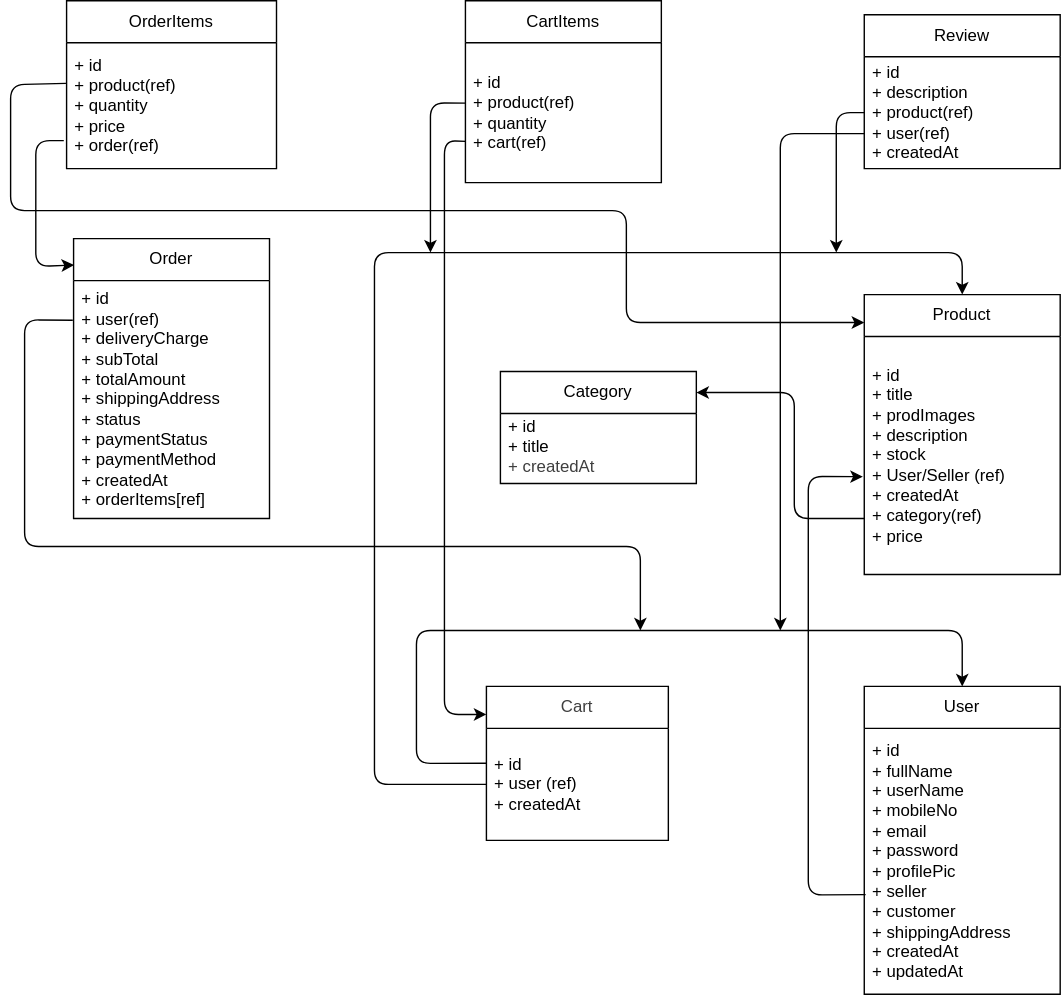
The draw.io diagram src/models/dataModel.svg in Pranaw-Rai009/E-Commerce-System, before a commit. Source tidied: cells renumbered, new cells last; positions are measured from the earlier drawing's top-left corner, leaving out a move shared by most shapes. Its diagram source:
```xml
<mxGraphModel background="#ffffff">
  <root>
    <mxCell id="0" />
    <mxCell id="1" parent="0" />
    <mxCell id="2" value="User" style="swimlane;fontStyle=0;horizontal=1;startSize=30;whiteSpace=wrap;html=1;" parent="1" vertex="1">
      <mxGeometry x="610" y="490" width="140" height="220" as="geometry" />
    </mxCell>
    <mxCell id="3" value="&lt;div&gt;+ id&lt;/div&gt;+ fullName&lt;div&gt;+ userName&lt;/div&gt;&lt;div&gt;+ mobileNo&lt;/div&gt;&lt;div&gt;+ email&lt;/div&gt;&lt;div&gt;+ password&lt;/div&gt;&lt;div&gt;+ profilePic&lt;/div&gt;&lt;div&gt;+ seller&lt;/div&gt;&lt;div&gt;+ customer&lt;/div&gt;&lt;div&gt;+ shippingAddress&lt;/div&gt;&lt;div&gt;+ createdAt&lt;/div&gt;&lt;div&gt;+ updatedAt&lt;/div&gt;" style="text;strokeColor=none;fillColor=none;align=left;verticalAlign=middle;spacingLeft=4;spacingRight=4;overflow=hidden;points=[[0,0.5],[1,0.5]];portConstraint=eastwest;whiteSpace=wrap;html=1;" parent="2" vertex="1">
      <mxGeometry y="30" width="140" height="190" as="geometry" />
    </mxCell>
    <mxCell id="4" value="Product" style="swimlane;fontStyle=0;horizontal=1;startSize=30;whiteSpace=wrap;html=1;" parent="1" vertex="1">
      <mxGeometry x="610" y="210" width="140" height="200" as="geometry" />
    </mxCell>
    <mxCell id="5" value="&lt;div&gt;+ id&lt;/div&gt;+ title&lt;div&gt;&lt;font color=&quot;#000000&quot;&gt;+ prodImages&lt;br&gt;&lt;/font&gt;&lt;div&gt;+ description&lt;/div&gt;&lt;div&gt;+ stock&lt;/div&gt;&lt;div&gt;+ User/Seller (ref)&lt;/div&gt;&lt;div&gt;+ createdAt&lt;/div&gt;&lt;/div&gt;&lt;div&gt;+ category(ref)&lt;/div&gt;&lt;div&gt;+ price&lt;/div&gt;" style="text;strokeColor=none;fillColor=none;align=left;verticalAlign=middle;spacingLeft=4;spacingRight=4;overflow=hidden;points=[[0,0.5],[1,0.5]];portConstraint=eastwest;whiteSpace=wrap;html=1;" parent="4" vertex="1">
      <mxGeometry y="30" width="140" height="170" as="geometry" />
    </mxCell>
    <mxCell id="6" value="Category" style="swimlane;fontStyle=0;horizontal=1;startSize=30;whiteSpace=wrap;html=1;" parent="1" vertex="1">
      <mxGeometry x="350" y="265" width="140" height="80" as="geometry" />
    </mxCell>
    <mxCell id="7" value="&lt;div&gt;+ id&lt;/div&gt;+ title&lt;div&gt;&lt;div&gt;&lt;span style=&quot;color: rgb(63, 63, 63); background-color: transparent;&quot;&gt;+ createdAt&lt;/span&gt;&lt;/div&gt;&lt;div&gt;&lt;span style=&quot;color: rgb(63, 63, 63); background-color: transparent;&quot;&gt;&lt;br&gt;&lt;/span&gt;&lt;/div&gt;&lt;/div&gt;" style="text;strokeColor=none;fillColor=none;align=left;verticalAlign=middle;spacingLeft=4;spacingRight=4;overflow=hidden;whiteSpace=wrap;html=1;" parent="6" vertex="1">
      <mxGeometry y="30" width="140" height="50" as="geometry" />
    </mxCell>
    <mxCell id="8" style="endArrow=classic;html=1;entryX=-0.007;entryY=0.589;entryDx=0;entryDy=0;exitX=0.007;exitY=0.625;exitDx=0;exitDy=0;exitPerimeter=0;entryPerimeter=0;" parent="1" edge="1" source="3" target="5">
      <mxGeometry relative="1" as="geometry">
        <Array as="points">
          <mxPoint x="570" y="639" />
          <mxPoint x="570" y="340" />
        </Array>
      </mxGeometry>
    </mxCell>
    <mxCell id="9" style="endArrow=classic;html=1;" parent="1" edge="1">
      <mxGeometry relative="1" as="geometry">
        <mxPoint x="610" y="370" as="sourcePoint" />
        <mxPoint x="490" y="280" as="targetPoint" />
        <Array as="points">
          <mxPoint x="560" y="370" />
          <mxPoint x="560" y="350" />
          <mxPoint x="560" y="330" />
          <mxPoint x="560" y="280" />
        </Array>
      </mxGeometry>
    </mxCell>
    <mxCell id="10" value="&lt;span style=&quot;color: rgb(63, 63, 63); background-color: transparent;&quot;&gt;Cart&lt;/span&gt;" style="swimlane;fontStyle=0;horizontal=1;startSize=30;whiteSpace=wrap;html=1;" parent="1" vertex="1">
      <mxGeometry x="340" y="490" width="130" height="110" as="geometry" />
    </mxCell>
    <mxCell id="11" value="&lt;div&gt;+ id&lt;/div&gt;+ user (ref)&lt;div&gt;+ createdAt&lt;/div&gt;" style="text;strokeColor=none;fillColor=none;align=left;verticalAlign=middle;spacingLeft=4;spacingRight=4;overflow=hidden;points=[[0,0.5],[1,0.5]];portConstraint=eastwest;whiteSpace=wrap;html=1;" parent="10" vertex="1">
      <mxGeometry y="30" width="130" height="80" as="geometry" />
    </mxCell>
    <mxCell id="12" style="endArrow=classic;html=1;entryX=0.5;entryY=0;entryDx=0;entryDy=0;exitX=0.002;exitY=0.311;exitDx=0;exitDy=0;exitPerimeter=0;" parent="1" edge="1" source="11" target="2">
      <mxGeometry relative="1" as="geometry">
        <Array as="points">
          <mxPoint x="290" y="545" />
          <mxPoint x="290" y="450" />
          <mxPoint x="680" y="450" />
        </Array>
      </mxGeometry>
    </mxCell>
    <mxCell id="13" style="endArrow=classic;html=1;exitX=0;exitY=0.5;exitDx=0;exitDy=0;entryX=0.5;entryY=0;entryDx=0;entryDy=0;" parent="1" edge="1" source="11" target="4">
      <mxGeometry relative="1" as="geometry">
        <Array as="points">
          <mxPoint x="260" y="560" />
          <mxPoint x="260" y="370" />
          <mxPoint x="260" y="180" />
          <mxPoint x="680" y="180" />
        </Array>
      </mxGeometry>
    </mxCell>
    <mxCell id="14" value="Review" style="swimlane;fontStyle=0;horizontal=1;startSize=30;whiteSpace=wrap;html=1;" parent="1" vertex="1">
      <mxGeometry x="610" y="10" width="140" height="110" as="geometry" />
    </mxCell>
    <mxCell id="15" value="+ id&lt;div&gt;+ description&lt;/div&gt;&lt;div&gt;+ product(ref)&lt;/div&gt;&lt;div&gt;+ user(ref)&lt;/div&gt;&lt;div&gt;+ createdAt&lt;/div&gt;" style="text;strokeColor=none;fillColor=none;align=left;verticalAlign=middle;spacingLeft=4;spacingRight=4;overflow=hidden;whiteSpace=wrap;html=1;" parent="14" vertex="1">
      <mxGeometry y="30" width="140" height="80" as="geometry" />
    </mxCell>
    <mxCell id="16" style="endArrow=classic;html=1;exitX=0;exitY=0.625;exitDx=0;exitDy=0;exitPerimeter=0;" parent="1" edge="1">
      <mxGeometry relative="1" as="geometry">
        <mxPoint x="610" y="80" as="sourcePoint" />
        <mxPoint x="590" y="180" as="targetPoint" />
        <Array as="points">
          <mxPoint x="590" y="80" />
        </Array>
      </mxGeometry>
    </mxCell>
    <mxCell id="17" style="endArrow=classic;html=1;" parent="1" edge="1">
      <mxGeometry relative="1" as="geometry">
        <mxPoint x="610" y="95" as="sourcePoint" />
        <mxPoint x="550" y="450" as="targetPoint" />
        <Array as="points">
          <mxPoint x="550" y="95" />
        </Array>
      </mxGeometry>
    </mxCell>
    <mxCell id="18" value="CartItems" style="swimlane;fontStyle=0;horizontal=1;startSize=30;whiteSpace=wrap;html=1;" parent="1" vertex="1">
      <mxGeometry x="325" width="140" height="130" as="geometry" />
    </mxCell>
    <mxCell id="19" value="+ id&lt;div&gt;&lt;font color=&quot;#000000&quot;&gt;+ product(ref)&lt;/font&gt;&lt;div&gt;+ quantity&lt;/div&gt;&lt;div&gt;+ cart(ref)&lt;/div&gt;&lt;/div&gt;" style="text;strokeColor=none;fillColor=none;align=left;verticalAlign=middle;spacingLeft=4;spacingRight=4;overflow=hidden;points=[[0,0.5],[1,0.5]];portConstraint=eastwest;whiteSpace=wrap;html=1;" parent="18" vertex="1">
      <mxGeometry y="30" width="140" height="100" as="geometry" />
    </mxCell>
    <mxCell id="20" style="endArrow=classic;html=1;exitX=0.003;exitY=0.432;exitDx=0;exitDy=0;exitPerimeter=0;" parent="1" edge="1" source="19">
      <mxGeometry relative="1" as="geometry">
        <mxPoint x="300" y="180" as="targetPoint" />
        <Array as="points">
          <mxPoint x="300" y="73" />
        </Array>
      </mxGeometry>
    </mxCell>
    <mxCell id="21" style="endArrow=classic;html=1;entryX=0;entryY=0.182;entryDx=0;entryDy=0;entryPerimeter=0;exitX=0.003;exitY=0.705;exitDx=0;exitDy=0;exitPerimeter=0;" parent="1" edge="1" source="19" target="10">
      <mxGeometry relative="1" as="geometry">
        <Array as="points">
          <mxPoint x="310" y="100" />
          <mxPoint x="310" y="310" />
          <mxPoint x="310" y="510" />
        </Array>
      </mxGeometry>
    </mxCell>
    <mxCell id="22" value="OrderItems" style="swimlane;fontStyle=0;horizontal=1;startSize=30;whiteSpace=wrap;html=1;" parent="1" vertex="1">
      <mxGeometry x="40" width="150" height="120" as="geometry" />
    </mxCell>
    <mxCell id="23" value="+ id&lt;div&gt;+ product(ref)&lt;/div&gt;&lt;div&gt;+ quantity&lt;/div&gt;&lt;div&gt;+ price&lt;/div&gt;&lt;div&gt;+ order(ref)&lt;/div&gt;" style="text;strokeColor=none;fillColor=none;align=left;verticalAlign=middle;spacingLeft=4;spacingRight=4;overflow=hidden;points=[[0,0.5],[1,0.5]];portConstraint=eastwest;whiteSpace=wrap;html=1;" parent="22" vertex="1">
      <mxGeometry y="30" width="150" height="90" as="geometry" />
    </mxCell>
    <mxCell id="24" value="Order" style="swimlane;fontStyle=0;horizontal=1;startSize=30;whiteSpace=wrap;html=1;" parent="1" vertex="1">
      <mxGeometry x="45" y="170" width="140" height="200" as="geometry" />
    </mxCell>
    <mxCell id="25" value="+ id&lt;div&gt;+ user(ref)&lt;/div&gt;&lt;div&gt;+ deliveryCharge&lt;/div&gt;&lt;div&gt;+ subTotal&lt;/div&gt;&lt;div&gt;+ totalAmount&lt;/div&gt;&lt;div&gt;+ shippingAddress&lt;/div&gt;&lt;div&gt;+ status&lt;/div&gt;&lt;div&gt;+ paymentStatus&lt;/div&gt;&lt;div&gt;+ paymentMethod&lt;/div&gt;&lt;div&gt;+ createdAt&lt;/div&gt;&lt;div&gt;+ orderItems[ref]&lt;/div&gt;" style="text;strokeColor=none;fillColor=none;align=left;verticalAlign=middle;spacingLeft=4;spacingRight=4;overflow=hidden;points=[[0,0.5],[1,0.5]];portConstraint=eastwest;whiteSpace=wrap;html=1;" parent="24" vertex="1">
      <mxGeometry y="30" width="140" height="170" as="geometry" />
    </mxCell>
    <mxCell id="26" style="endArrow=classic;html=1;entryX=0.017;entryY=0.111;entryDx=0;entryDy=0;entryPerimeter=0;" parent="1" edge="1">
      <mxGeometry relative="1" as="geometry">
        <mxPoint x="38" y="100" as="sourcePoint" />
        <mxPoint x="45.4" y="188.9" as="targetPoint" />
        <Array as="points">
          <mxPoint x="18" y="100" />
          <mxPoint x="18" y="190" />
        </Array>
      </mxGeometry>
    </mxCell>
    <mxCell id="27" style="endArrow=classic;html=1;entryX=0;entryY=0.1;entryDx=0;entryDy=0;entryPerimeter=0;exitX=-0.003;exitY=0.323;exitDx=0;exitDy=0;exitPerimeter=0;" parent="1" edge="1" source="23" target="4">
      <mxGeometry relative="1" as="geometry">
        <Array as="points">
          <mxPoint y="60" />
          <mxPoint y="150" />
          <mxPoint x="440" y="150" />
          <mxPoint x="440" y="230" />
        </Array>
      </mxGeometry>
    </mxCell>
    <mxCell id="28" style="endArrow=classic;html=1;exitX=-0.004;exitY=0.167;exitDx=0;exitDy=0;exitPerimeter=0;" parent="1" edge="1" source="25">
      <mxGeometry relative="1" as="geometry">
        <mxPoint x="450" y="450" as="targetPoint" />
        <Array as="points">
          <mxPoint x="10" y="228" />
          <mxPoint x="10" y="390" />
          <mxPoint x="450" y="390" />
        </Array>
      </mxGeometry>
    </mxCell>
  </root>
</mxGraphModel>
```
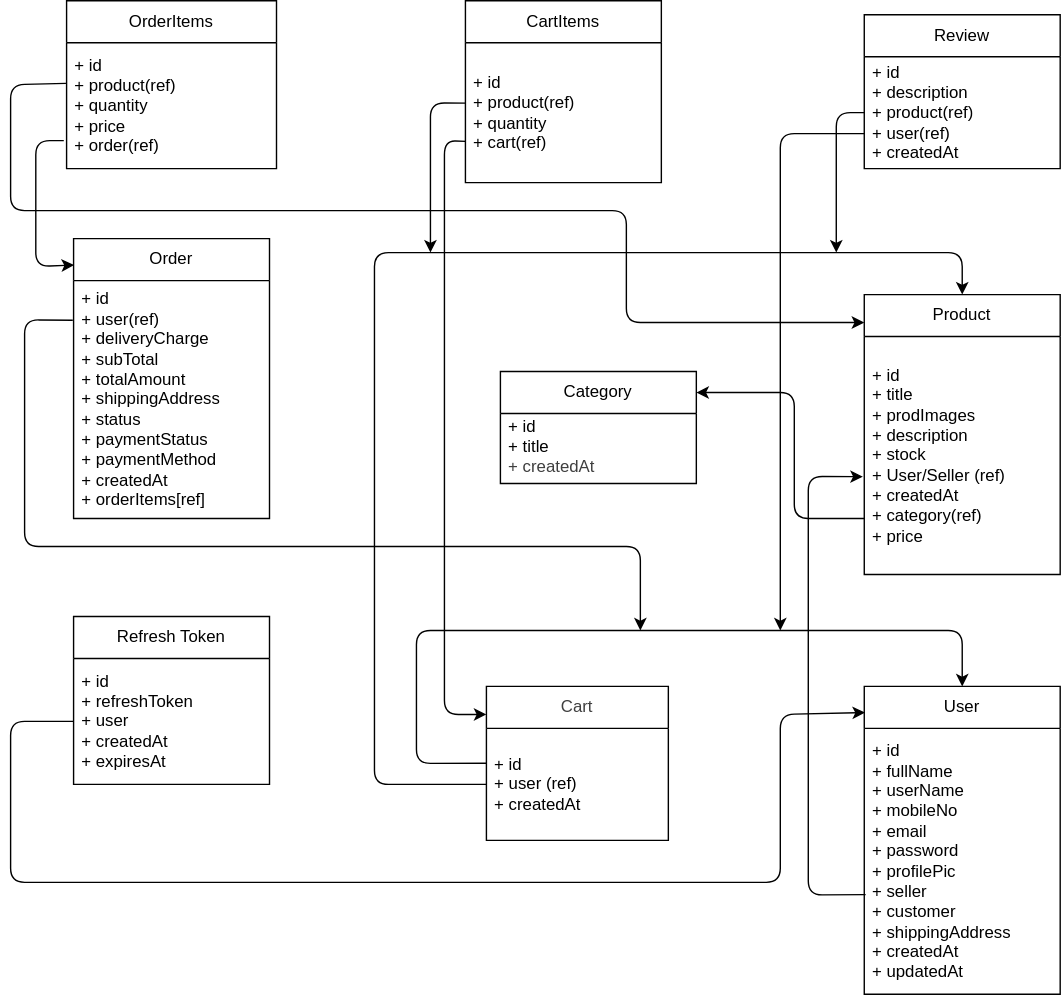
Later version of the same file.

Commit message:
fix: Added refreshtoken table in model

The edit, as a diff of the source:
```diff
@@ -154,5 +154,21 @@
         </Array>
       </mxGeometry>
     </mxCell>
+    <mxCell id="29" value="Refresh Token" style="swimlane;fontStyle=0;horizontal=1;startSize=30;whiteSpace=wrap;html=1;" parent="1" vertex="1">
+      <mxGeometry x="45" y="440" width="140" height="120" as="geometry" />
+    </mxCell>
+    <mxCell id="30" value="+ id&lt;div&gt;+ refreshToken&lt;/div&gt;&lt;div&gt;+ user&lt;/div&gt;&lt;div&gt;+ createdAt&lt;/div&gt;&lt;div&gt;+ expiresAt&lt;/div&gt;" style="text;strokeColor=none;fillColor=none;align=left;verticalAlign=middle;spacingLeft=4;spacingRight=4;overflow=hidden;points=[[0,0.5],[1,0.5]];portConstraint=eastwest;whiteSpace=wrap;html=1;" parent="29" vertex="1">
+      <mxGeometry y="30" width="140" height="90" as="geometry" />
+    </mxCell>
+    <mxCell id="31" style="endArrow=classic;html=1;exitX=0;exitY=0.5;exitDx=0;exitDy=0;entryX=0.004;entryY=0.085;entryDx=0;entryDy=0;entryPerimeter=0;" parent="1" edge="1" source="30" target="2">
+      <mxGeometry relative="1" as="geometry">
+        <Array as="points">
+          <mxPoint y="515" />
+          <mxPoint y="630" />
+          <mxPoint x="550" y="630" />
+          <mxPoint x="550" y="510" />
+        </Array>
+      </mxGeometry>
+    </mxCell>
   </root>
 </mxGraphModel>
```
